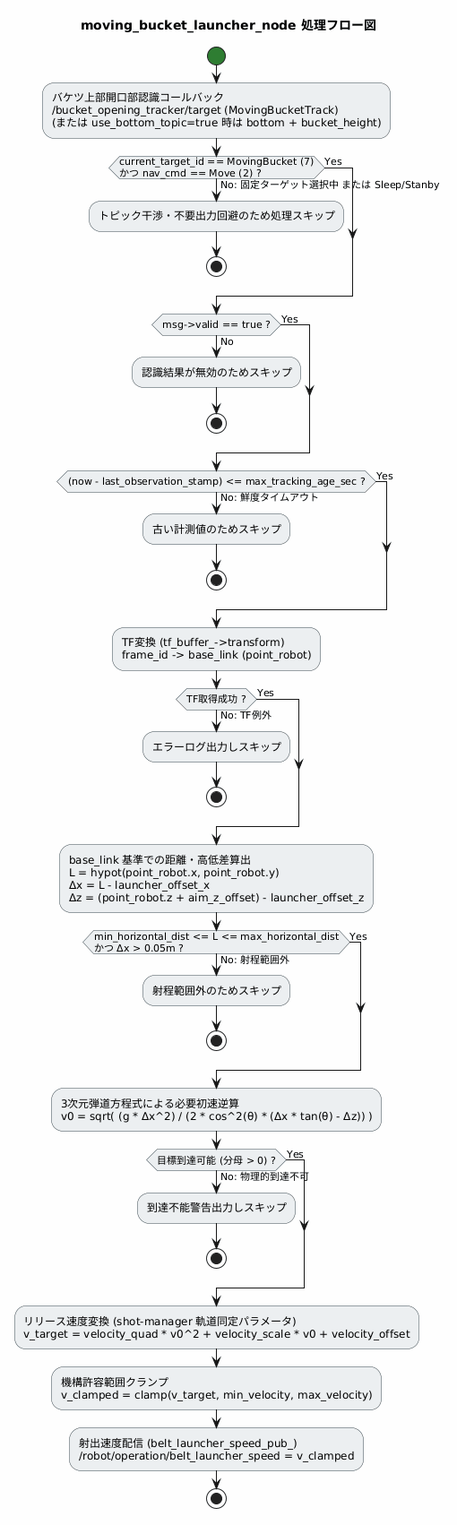
This is docs/moving_bucket_launcher_flow.png from tmcit-ararobo-2026a/gn10-navigation, a PlantUML export, as it was before one commit. Its diagram source:
```plantuml
@startuml moving_bucket_launcher_flow
skinparam backgroundColor #FEFEFE
skinparam activity {
    StartColor #2E7D32
    EndColor #C62828
    BackgroundColor #ECEFF1
    BorderColor #37474F
    FontName "Noto Sans JP", sans-serif
}

title moving_bucket_launcher_node 処理フロー図

start

:バケツ上部開口部認識コールバック\n/bucket_opening_tracker/target (MovingBucketTrack)\n(または use_bottom_topic=true 時は bottom + bucket_height);

if (current_target_id == MovingBucket (7)\nかつ nav_cmd == Move (2) ?) then (Yes)
else (No: 固定ターゲット選択中 または Sleep/Stanby)
    :トピック干渉・不要出力回避のため処理スキップ;
    stop
endif

if (msg->valid == true ?) then (Yes)
else (No)
    :認識結果が無効のためスキップ;
    stop
endif

if ((now - last_observation_stamp) <= max_tracking_age_sec ?) then (Yes)
else (No: 鮮度タイムアウト)
    :古い計測値のためスキップ;
    stop
endif

:TF変換 (tf_buffer_->transform)\nframe_id -> base_link (point_robot);

if (TF取得成功 ?) then (Yes)
else (No: TF例外)
    :エラーログ出力しスキップ;
    stop
endif

:base_link 基準での距離・高低差算出\nL = hypot(point_robot.x, point_robot.y)\nΔx = L - launcher_offset_x\nΔz = (point_robot.z + aim_z_offset) - launcher_offset_z;

if (min_horizontal_dist <= L <= max_horizontal_dist\nかつ Δx > 0.05m ?) then (Yes)
else (No: 射程範囲外)
    :射程範囲外のためスキップ;
    stop
endif

:3次元弾道方程式による必要初速逆算\nv0 = sqrt( (g * Δx^2) / (2 * cos^2(θ) * (Δx * tan(θ) - Δz)) );

if (目標到達可能 (分母 > 0) ?) then (Yes)
else (No: 物理的到達不可)
    :到達不能警告出力しスキップ;
    stop
endif

:リリース速度変換 (shot-manager 軌道同定パラメータ)\nv_target = velocity_quad * v0^2 + velocity_scale * v0 + velocity_offset;

:機構許容範囲クランプ\nv_clamped = clamp(v_target, min_velocity, max_velocity);

:射出速度配信 (belt_launcher_speed_pub_)\n/robot/operation/belt_launcher_speed = v_clamped;

stop

@enduml
```
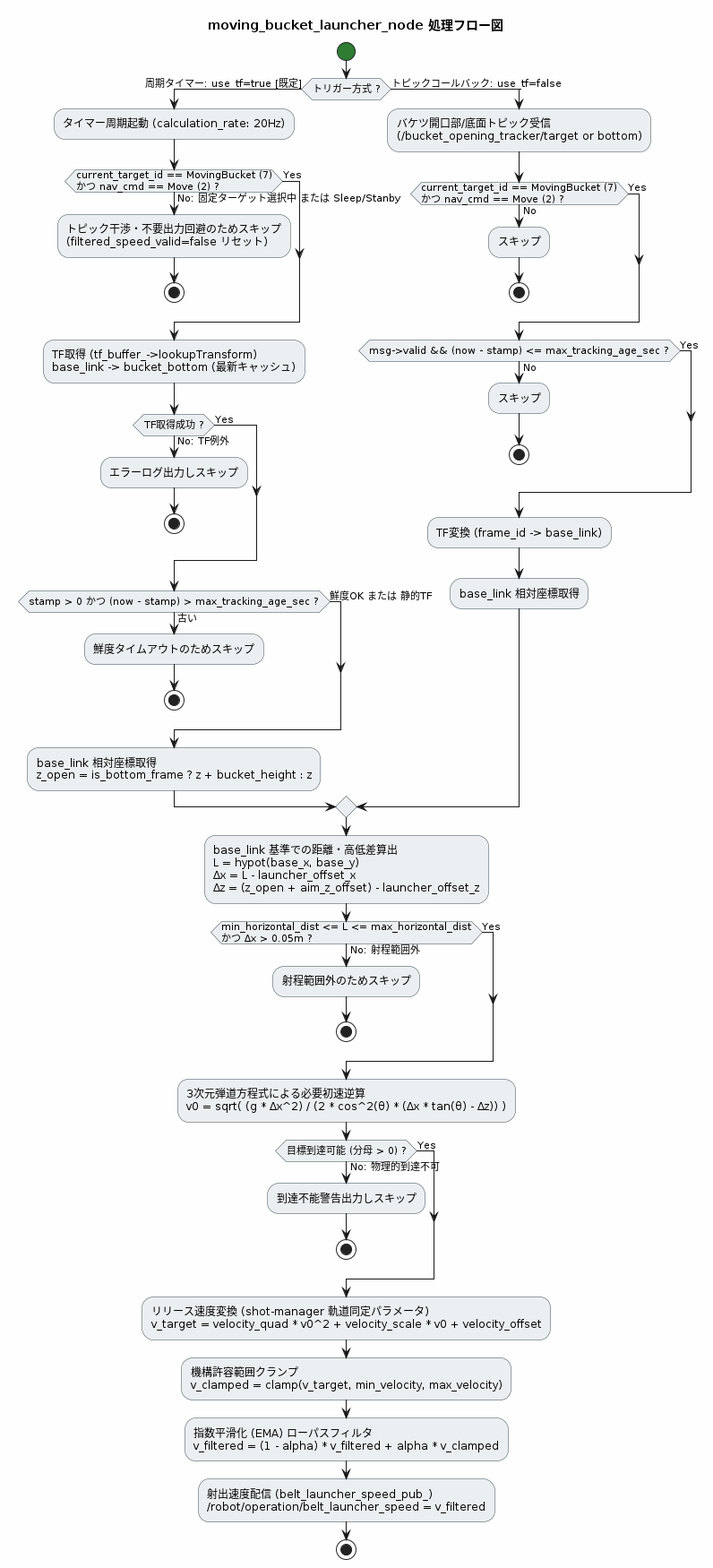
Above is the later version.

What changed in the source:
```diff
@@ -12,35 +12,45 @@
 
 start
 
-:バケツ上部開口部認識コールバック\n/bucket_opening_tracker/target (MovingBucketTrack)\n(または use_bottom_topic=true 時は bottom + bucket_height);
+if (トリガー方式 ?) then (周期タイマー: use_tf=true [既定])
+    :タイマー周期起動 (calculation_rate: 20Hz);
+    if (current_target_id == MovingBucket (7)\nかつ nav_cmd == Move (2) ?) then (Yes)
+    else (No: 固定ターゲット選択中 または Sleep/Stanby)
+        :トピック干渉・不要出力回避のためスキップ\n(filtered_speed_valid=false リセット);
+        stop
+    endif
 
-if (current_target_id == MovingBucket (7)\nかつ nav_cmd == Move (2) ?) then (Yes)
-else (No: 固定ターゲット選択中 または Sleep/Stanby)
-    :トピック干渉・不要出力回避のため処理スキップ;
-    stop
+    :TF取得 (tf_buffer_->lookupTransform)\nbase_link -> bucket_bottom (最新キャッシュ);
+    if (TF取得成功 ?) then (Yes)
+    else (No: TF例外)
+        :エラーログ出力しスキップ;
+        stop
+    endif
+
+    if (stamp > 0 かつ (now - stamp) > max_tracking_age_sec ?) then (古い)
+        :鮮度タイムアウトのためスキップ;
+        stop
+    else (鮮度OK または 静的TF)
+    endif
+
+    :base_link 相対座標取得\nz_open = is_bottom_frame ? z + bucket_height : z;
+else (トピックコールバック: use_tf=false)
+    :バケツ開口部/底面トピック受信\n(/bucket_opening_tracker/target or bottom);
+    if (current_target_id == MovingBucket (7)\nかつ nav_cmd == Move (2) ?) then (Yes)
+    else (No)
+        :スキップ;
+        stop
+    endif
+    if (msg->valid && (now - stamp) <= max_tracking_age_sec ?) then (Yes)
+    else (No)
+        :スキップ;
+        stop
+    endif
+    :TF変換 (frame_id -> base_link);
+    :base_link 相対座標取得;
 endif
 
-if (msg->valid == true ?) then (Yes)
-else (No)
-    :認識結果が無効のためスキップ;
-    stop
-endif
-
-if ((now - last_observation_stamp) <= max_tracking_age_sec ?) then (Yes)
-else (No: 鮮度タイムアウト)
-    :古い計測値のためスキップ;
-    stop
-endif
-
-:TF変換 (tf_buffer_->transform)\nframe_id -> base_link (point_robot);
-
-if (TF取得成功 ?) then (Yes)
-else (No: TF例外)
-    :エラーログ出力しスキップ;
-    stop
-endif
-
-:base_link 基準での距離・高低差算出\nL = hypot(point_robot.x, point_robot.y)\nΔx = L - launcher_offset_x\nΔz = (point_robot.z + aim_z_offset) - launcher_offset_z;
+:base_link 基準での距離・高低差算出\nL = hypot(base_x, base_y)\nΔx = L - launcher_offset_x\nΔz = (z_open + aim_z_offset) - launcher_offset_z;
 
 if (min_horizontal_dist <= L <= max_horizontal_dist\nかつ Δx > 0.05m ?) then (Yes)
 else (No: 射程範囲外)
@@ -60,7 +70,9 @@
 
 :機構許容範囲クランプ\nv_clamped = clamp(v_target, min_velocity, max_velocity);
 
-:射出速度配信 (belt_launcher_speed_pub_)\n/robot/operation/belt_launcher_speed = v_clamped;
+:指数平滑化 (EMA) ローパスフィルタ\nv_filtered = (1 - alpha) * v_filtered + alpha * v_clamped;
+
+:射出速度配信 (belt_launcher_speed_pub_)\n/robot/operation/belt_launcher_speed = v_filtered;
 
 stop
 
```
